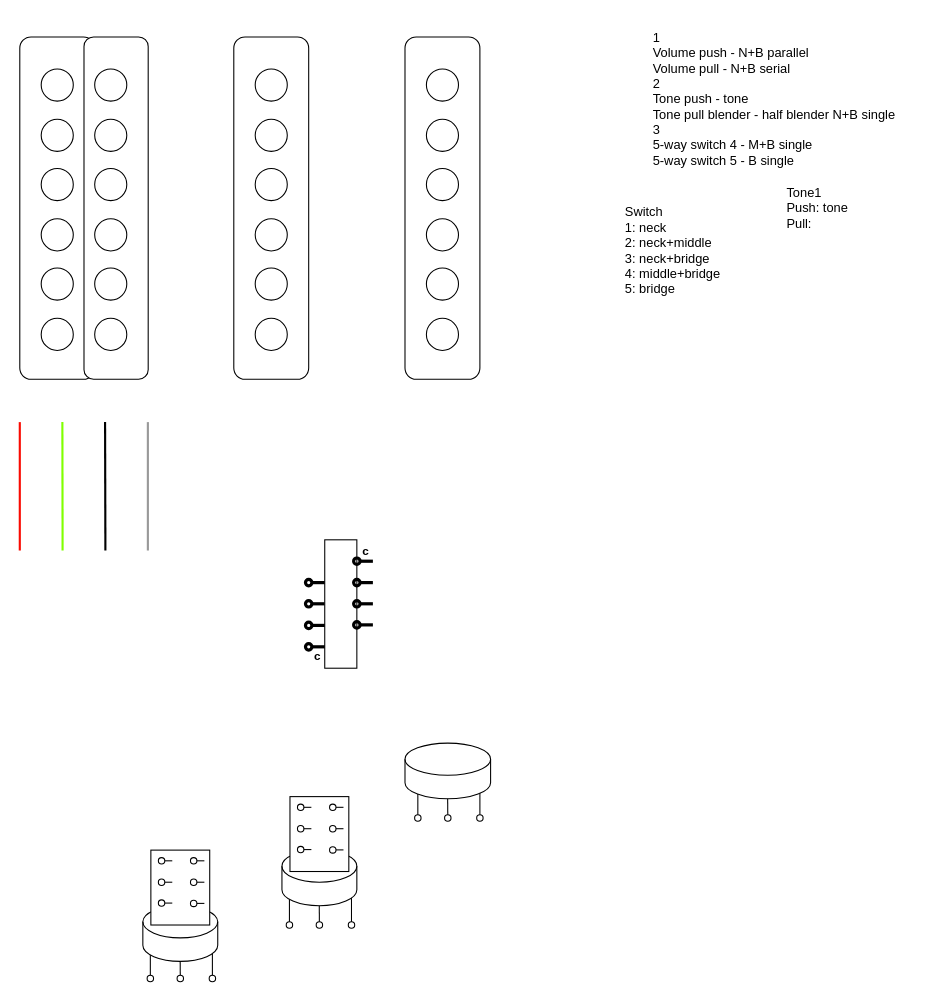
The draw.io diagram strat wiring.drawio in 7ak/draw.io, before the edit. Source tidied: cells renumbered, new cells numbered last; positions are measured from the earlier drawing's top-left corner, leaving out a move shared by most shapes. Both pictures are drawn from the tidied source at 107%, with x=0, y=0 at pixel (19, 29).
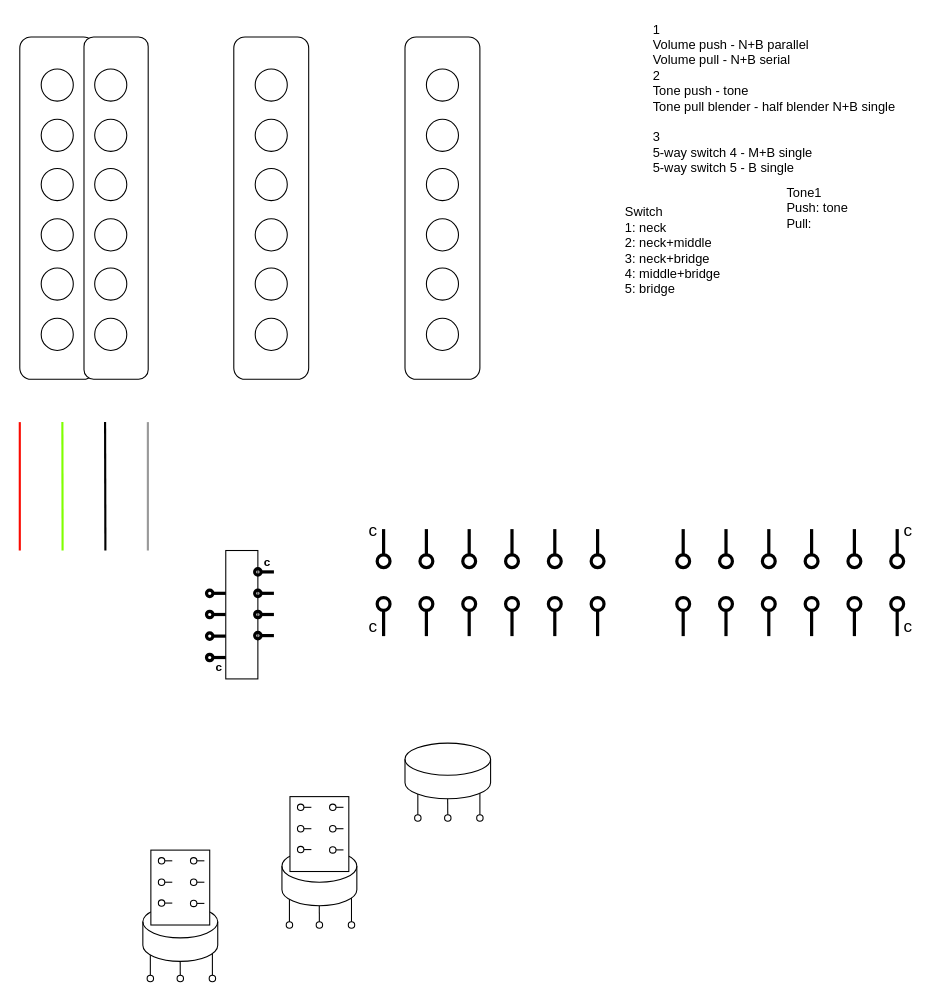
Above is the later version.

Diff of the diagram source:
```diff
@@
-    <mxCell id="2" value="1&lt;br&gt;Volume push - N+B parallel&lt;br&gt;Volume pull - N+B serial&lt;br&gt;2&lt;br&gt;Tone push - tone&lt;br&gt;Tone pull blender - half blender N+B single&lt;br&gt;3&lt;br&gt;5-way switch 4 - M+B single&lt;br&gt;5-way switch 5 - B single" style="text;html=1;align=left;verticalAlign=middle;" parent="1" vertex="1">
-      <mxGeometry x="590" width="240" height="130" as="geometry" />
+    <mxCell id="2" value="1&lt;br&gt;Volume push - N+B parallel&lt;br&gt;Volume pull - N+B serial&lt;br&gt;2&lt;br&gt;Tone push - tone&lt;br&gt;Tone pull blender - half blender N+B single&lt;br&gt;&lt;br&gt;3&lt;br&gt;5-way switch 4 - M+B single&lt;br&gt;5-way switch 5 - B single" style="text;html=1;align=left;verticalAlign=middle;" parent="1" vertex="1">
+      <mxGeometry x="590" y="-10" width="240" height="150" as="geometry" />
     </mxCell>
@@
     <mxCell id="61" style="endArrow=none;html=1;startArrow=oval;startFill=0;strokeWidth=3;" parent="1" edge="1">
       <mxGeometry relative="1" as="geometry">
-        <mxPoint x="270" y="536.8" as="sourcePoint" />
-        <mxPoint x="285" y="536.8" as="targetPoint" />
+        <mxPoint x="177.5" y="546.8" as="sourcePoint" />
+        <mxPoint x="192.5" y="546.8" as="targetPoint" />
       </mxGeometry>
     </mxCell>
     <mxCell id="62" style="rounded=0;whiteSpace=wrap;html=1;" parent="1" vertex="1">
-      <mxGeometry x="285" y="477" width="30" height="120" as="geometry" />
+      <mxGeometry x="192.5" y="487" width="30" height="120" as="geometry" />
     </mxCell>
     <mxCell id="63" style="endArrow=none;html=1;startArrow=oval;startFill=0;strokeWidth=3;entryX=0;entryY=0.286;entryDx=0;entryDy=0;entryPerimeter=0;" parent="1" edge="1">
       <mxGeometry relative="1" as="geometry">
-        <mxPoint x="270" y="557" as="sourcePoint" />
-        <mxPoint x="285" y="557" as="targetPoint" />
+        <mxPoint x="177.5" y="567" as="sourcePoint" />
+        <mxPoint x="192.5" y="567" as="targetPoint" />
       </mxGeometry>
     </mxCell>
     <mxCell id="64" style="endArrow=none;html=1;startArrow=oval;startFill=0;strokeWidth=3;entryX=0;entryY=0.286;entryDx=0;entryDy=0;entryPerimeter=0;" parent="1" edge="1">
       <mxGeometry relative="1" as="geometry">
-        <mxPoint x="270" y="517" as="sourcePoint" />
-        <mxPoint x="285" y="517" as="targetPoint" />
+        <mxPoint x="177.5" y="527" as="sourcePoint" />
+        <mxPoint x="192.5" y="527" as="targetPoint" />
       </mxGeometry>
     </mxCell>
     <mxCell id="65" value="c" style="endArrow=none;html=1;startArrow=oval;startFill=0;strokeWidth=3;entryX=0;entryY=0.286;entryDx=0;entryDy=0;entryPerimeter=0;spacing=9;spacingTop=17;fontStyle=1;" parent="1" edge="1">
       <mxGeometry relative="1" as="geometry">
-        <mxPoint x="270" y="577" as="sourcePoint" />
-        <mxPoint x="285" y="577" as="targetPoint" />
+        <mxPoint x="177.5" y="587" as="sourcePoint" />
+        <mxPoint x="192.5" y="587" as="targetPoint" />
       </mxGeometry>
     </mxCell>
     <mxCell id="66" style="endArrow=none;html=1;startArrow=oval;startFill=0;strokeWidth=3;" parent="1" edge="1">
       <mxGeometry relative="1" as="geometry">
-        <mxPoint x="315" y="556.5" as="sourcePoint" />
-        <mxPoint x="330" y="556.5" as="targetPoint" />
+        <mxPoint x="222.5" y="566.5" as="sourcePoint" />
+        <mxPoint x="237.5" y="566.5" as="targetPoint" />
       </mxGeometry>
     </mxCell>
     <mxCell id="67" style="endArrow=none;html=1;startArrow=oval;startFill=0;strokeWidth=3;entryX=0;entryY=0.286;entryDx=0;entryDy=0;entryPerimeter=0;" parent="1" edge="1">
       <mxGeometry relative="1" as="geometry">
-        <mxPoint x="315" y="536.8" as="sourcePoint" />
-        <mxPoint x="330" y="536.8" as="targetPoint" />
+        <mxPoint x="222.5" y="546.8" as="sourcePoint" />
+        <mxPoint x="237.5" y="546.8" as="targetPoint" />
       </mxGeometry>
     </mxCell>
     <mxCell id="68" style="endArrow=none;html=1;startArrow=oval;startFill=0;strokeWidth=3;entryX=0;entryY=0.286;entryDx=0;entryDy=0;entryPerimeter=0;" parent="1" edge="1">
       <mxGeometry relative="1" as="geometry">
-        <mxPoint x="315" y="517" as="sourcePoint" />
-        <mxPoint x="330" y="517" as="targetPoint" />
+        <mxPoint x="222.5" y="527" as="sourcePoint" />
+        <mxPoint x="237.5" y="527" as="targetPoint" />
         <Array as="points">
-          <mxPoint x="330" y="517" />
+          <mxPoint x="237.5" y="527" />
         </Array>
       </mxGeometry>
     </mxCell>
     <mxCell id="69" value="c" style="endArrow=none;html=1;startArrow=oval;startFill=0;strokeWidth=3;entryX=0;entryY=0.286;entryDx=0;entryDy=0;entryPerimeter=0;jumpSize=0;spacingTop=-19;fontStyle=1;" parent="1" edge="1">
       <mxGeometry relative="1" as="geometry">
-        <mxPoint x="315" y="497" as="sourcePoint" />
-        <mxPoint x="330" y="497" as="targetPoint" />
+        <mxPoint x="222.5" y="507" as="sourcePoint" />
+        <mxPoint x="237.5" y="507" as="targetPoint" />
       </mxGeometry>
     </mxCell>
@@
+    <mxCell id="72" value="c" style="endArrow=none;html=1;startArrow=oval;startFill=0;strokeWidth=3;jumpSize=0;spacingTop=-19;fontStyle=0;startSize=12;endSize=12;fontSize=16;" parent="1" edge="1">
+      <mxGeometry x="0.33" y="10" relative="1" as="geometry">
+        <mxPoint x="340" y="497" as="sourcePoint" />
+        <mxPoint x="340" y="467" as="targetPoint" />
+      </mxGeometry>
+    </mxCell>
+    <mxCell id="73" style="endArrow=none;html=1;startArrow=oval;startFill=0;strokeWidth=3;jumpSize=0;spacingTop=-19;fontStyle=0;startSize=12;endSize=12;fontSize=16;" parent="1" edge="1">
+      <mxGeometry x="-0.33" y="10" relative="1" as="geometry">
+        <mxPoint x="380" y="497" as="sourcePoint" />
+        <mxPoint x="380" y="467" as="targetPoint" />
+      </mxGeometry>
+    </mxCell>
+    <mxCell id="74" style="endArrow=none;html=1;startArrow=oval;startFill=0;strokeWidth=3;jumpSize=0;spacingTop=-19;fontStyle=0;startSize=12;endSize=12;fontSize=16;" parent="1" edge="1">
+      <mxGeometry x="-0.33" y="10" relative="1" as="geometry">
+        <mxPoint x="420" y="497" as="sourcePoint" />
+        <mxPoint x="420" y="467" as="targetPoint" />
+      </mxGeometry>
+    </mxCell>
+    <mxCell id="75" style="endArrow=none;html=1;startArrow=oval;startFill=0;strokeWidth=3;jumpSize=0;spacingTop=-19;fontStyle=0;startSize=12;endSize=12;fontSize=16;" parent="1" edge="1">
+      <mxGeometry x="-0.33" y="10" relative="1" as="geometry">
+        <mxPoint x="460" y="497" as="sourcePoint" />
+        <mxPoint x="460" y="467" as="targetPoint" />
+      </mxGeometry>
+    </mxCell>
+    <mxCell id="76" style="endArrow=none;html=1;startArrow=oval;startFill=0;strokeWidth=3;jumpSize=0;spacingTop=-19;fontStyle=0;startSize=12;endSize=12;fontSize=16;" parent="1" edge="1">
+      <mxGeometry x="-0.33" y="10" relative="1" as="geometry">
+        <mxPoint x="500" y="497" as="sourcePoint" />
+        <mxPoint x="500" y="467" as="targetPoint" />
+      </mxGeometry>
+    </mxCell>
+    <mxCell id="77" style="endArrow=none;html=1;startArrow=oval;startFill=0;strokeWidth=3;jumpSize=0;spacingTop=-19;fontStyle=0;startSize=12;endSize=12;fontSize=16;" parent="1" edge="1">
+      <mxGeometry x="-0.33" y="10" relative="1" as="geometry">
+        <mxPoint x="540" y="497" as="sourcePoint" />
+        <mxPoint x="540" y="467" as="targetPoint" />
+      </mxGeometry>
+    </mxCell>
+    <mxCell id="78" value="c" style="endArrow=none;html=1;startArrow=oval;startFill=0;strokeWidth=3;jumpSize=0;spacingTop=-19;fontStyle=0;startSize=12;endSize=12;fontSize=16;" parent="1" edge="1">
+      <mxGeometry x="1" y="-10" relative="1" as="geometry">
+        <mxPoint x="340" y="537" as="sourcePoint" />
+        <mxPoint x="340" y="567" as="targetPoint" />
+      </mxGeometry>
+    </mxCell>
+    <mxCell id="79" style="endArrow=none;html=1;startArrow=oval;startFill=0;strokeWidth=3;jumpSize=0;spacingTop=-19;fontStyle=0;startSize=12;endSize=12;fontSize=16;" parent="1" edge="1">
+      <mxGeometry x="-0.33" y="10" relative="1" as="geometry">
+        <mxPoint x="380" y="537" as="sourcePoint" />
+        <mxPoint x="380" y="567" as="targetPoint" />
+      </mxGeometry>
+    </mxCell>
+    <mxCell id="80" style="endArrow=none;html=1;startArrow=oval;startFill=0;strokeWidth=3;jumpSize=0;spacingTop=-19;fontStyle=0;startSize=12;endSize=12;fontSize=16;" parent="1" edge="1">
+      <mxGeometry x="-0.33" y="10" relative="1" as="geometry">
+        <mxPoint x="420" y="537" as="sourcePoint" />
+        <mxPoint x="420" y="567" as="targetPoint" />
+      </mxGeometry>
+    </mxCell>
+    <mxCell id="81" style="endArrow=none;html=1;startArrow=oval;startFill=0;strokeWidth=3;jumpSize=0;spacingTop=-19;fontStyle=0;startSize=12;endSize=12;fontSize=16;" parent="1" edge="1">
+      <mxGeometry x="-0.33" y="10" relative="1" as="geometry">
+        <mxPoint x="460" y="537" as="sourcePoint" />
+        <mxPoint x="460" y="567" as="targetPoint" />
+      </mxGeometry>
+    </mxCell>
+    <mxCell id="82" style="endArrow=none;html=1;startArrow=oval;startFill=0;strokeWidth=3;jumpSize=0;spacingTop=-19;fontStyle=0;startSize=12;endSize=12;fontSize=16;" parent="1" edge="1">
+      <mxGeometry x="-0.33" y="10" relative="1" as="geometry">
+        <mxPoint x="500" y="537" as="sourcePoint" />
+        <mxPoint x="500" y="567" as="targetPoint" />
+      </mxGeometry>
+    </mxCell>
+    <mxCell id="83" style="endArrow=none;html=1;startArrow=oval;startFill=0;strokeWidth=3;jumpSize=0;spacingTop=-19;fontStyle=0;startSize=12;endSize=12;fontSize=16;" parent="1" edge="1">
+      <mxGeometry x="-0.33" y="10" relative="1" as="geometry">
+        <mxPoint x="540" y="537" as="sourcePoint" />
+        <mxPoint x="540" y="567" as="targetPoint" />
+      </mxGeometry>
+    </mxCell>
+    <mxCell id="84" value="c" style="endArrow=none;html=1;startArrow=oval;startFill=0;strokeWidth=3;jumpSize=0;spacingTop=-19;fontStyle=0;startSize=12;endSize=12;fontSize=16;" parent="1" edge="1">
+      <mxGeometry x="1" y="10" relative="1" as="geometry">
+        <mxPoint x="820" y="537" as="sourcePoint" />
+        <mxPoint x="820" y="567" as="targetPoint" />
+      </mxGeometry>
+    </mxCell>
+    <mxCell id="85" style="endArrow=none;html=1;startArrow=oval;startFill=0;strokeWidth=3;jumpSize=0;spacingTop=-19;fontStyle=0;startSize=12;endSize=12;fontSize=16;" parent="1" edge="1">
+      <mxGeometry x="-0.33" y="10" relative="1" as="geometry">
+        <mxPoint x="660" y="537" as="sourcePoint" />
+        <mxPoint x="660" y="567" as="targetPoint" />
+      </mxGeometry>
+    </mxCell>
+    <mxCell id="86" style="endArrow=none;html=1;startArrow=oval;startFill=0;strokeWidth=3;jumpSize=0;spacingTop=-19;fontStyle=0;startSize=12;endSize=12;fontSize=16;" parent="1" edge="1">
+      <mxGeometry x="-0.33" y="10" relative="1" as="geometry">
+        <mxPoint x="700" y="537" as="sourcePoint" />
+        <mxPoint x="700" y="567" as="targetPoint" />
+      </mxGeometry>
+    </mxCell>
+    <mxCell id="87" style="endArrow=none;html=1;startArrow=oval;startFill=0;strokeWidth=3;jumpSize=0;spacingTop=-19;fontStyle=0;startSize=12;endSize=12;fontSize=16;" parent="1" edge="1">
+      <mxGeometry x="-0.33" y="10" relative="1" as="geometry">
+        <mxPoint x="740" y="537" as="sourcePoint" />
+        <mxPoint x="740" y="567" as="targetPoint" />
+      </mxGeometry>
+    </mxCell>
+    <mxCell id="88" style="endArrow=none;html=1;startArrow=oval;startFill=0;strokeWidth=3;jumpSize=0;spacingTop=-19;fontStyle=0;startSize=12;endSize=12;fontSize=16;" parent="1" edge="1">
+      <mxGeometry x="-0.33" y="10" relative="1" as="geometry">
+        <mxPoint x="780" y="537" as="sourcePoint" />
+        <mxPoint x="780" y="567" as="targetPoint" />
+      </mxGeometry>
+    </mxCell>
+    <mxCell id="89" style="endArrow=none;html=1;startArrow=oval;startFill=0;strokeWidth=3;jumpSize=0;spacingTop=-19;fontStyle=0;startSize=12;endSize=12;fontSize=16;" parent="1" edge="1">
+      <mxGeometry x="-0.33" y="10" relative="1" as="geometry">
+        <mxPoint x="620" y="537" as="sourcePoint" />
+        <mxPoint x="620" y="567" as="targetPoint" />
+      </mxGeometry>
+    </mxCell>
+    <mxCell id="90" value="c" style="endArrow=none;html=1;startArrow=oval;startFill=0;strokeWidth=3;jumpSize=0;spacingTop=-19;fontStyle=0;startSize=12;endSize=12;fontSize=16;" parent="1" edge="1">
+      <mxGeometry x="0.33" y="-10" relative="1" as="geometry">
+        <mxPoint x="820" y="497" as="sourcePoint" />
+        <mxPoint x="820" y="467" as="targetPoint" />
+      </mxGeometry>
+    </mxCell>
+    <mxCell id="91" style="endArrow=none;html=1;startArrow=oval;startFill=0;strokeWidth=3;jumpSize=0;spacingTop=-19;fontStyle=0;startSize=12;endSize=12;fontSize=16;" parent="1" edge="1">
+      <mxGeometry x="-0.33" y="10" relative="1" as="geometry">
+        <mxPoint x="660" y="497" as="sourcePoint" />
+        <mxPoint x="660" y="467" as="targetPoint" />
+      </mxGeometry>
+    </mxCell>
+    <mxCell id="92" style="endArrow=none;html=1;startArrow=oval;startFill=0;strokeWidth=3;jumpSize=0;spacingTop=-19;fontStyle=0;startSize=12;endSize=12;fontSize=16;" parent="1" edge="1">
+      <mxGeometry x="-0.33" y="10" relative="1" as="geometry">
+        <mxPoint x="700" y="497" as="sourcePoint" />
+        <mxPoint x="700" y="467" as="targetPoint" />
+      </mxGeometry>
+    </mxCell>
+    <mxCell id="93" style="endArrow=none;html=1;startArrow=oval;startFill=0;strokeWidth=3;jumpSize=0;spacingTop=-19;fontStyle=0;startSize=12;endSize=12;fontSize=16;" parent="1" edge="1">
+      <mxGeometry x="-0.33" y="10" relative="1" as="geometry">
+        <mxPoint x="740" y="497" as="sourcePoint" />
+        <mxPoint x="740" y="467" as="targetPoint" />
+      </mxGeometry>
+    </mxCell>
+    <mxCell id="94" style="endArrow=none;html=1;startArrow=oval;startFill=0;strokeWidth=3;jumpSize=0;spacingTop=-19;fontStyle=0;startSize=12;endSize=12;fontSize=16;" parent="1" edge="1">
+      <mxGeometry x="-0.33" y="10" relative="1" as="geometry">
+        <mxPoint x="780" y="497" as="sourcePoint" />
+        <mxPoint x="780" y="467" as="targetPoint" />
+      </mxGeometry>
+    </mxCell>
+    <mxCell id="95" style="endArrow=none;html=1;startArrow=oval;startFill=0;strokeWidth=3;jumpSize=0;spacingTop=-19;fontStyle=0;startSize=12;endSize=12;fontSize=16;" parent="1" edge="1">
+      <mxGeometry x="-0.33" y="10" relative="1" as="geometry">
+        <mxPoint x="620" y="497" as="sourcePoint" />
+        <mxPoint x="620" y="467" as="targetPoint" />
+      </mxGeometry>
+    </mxCell>
```
